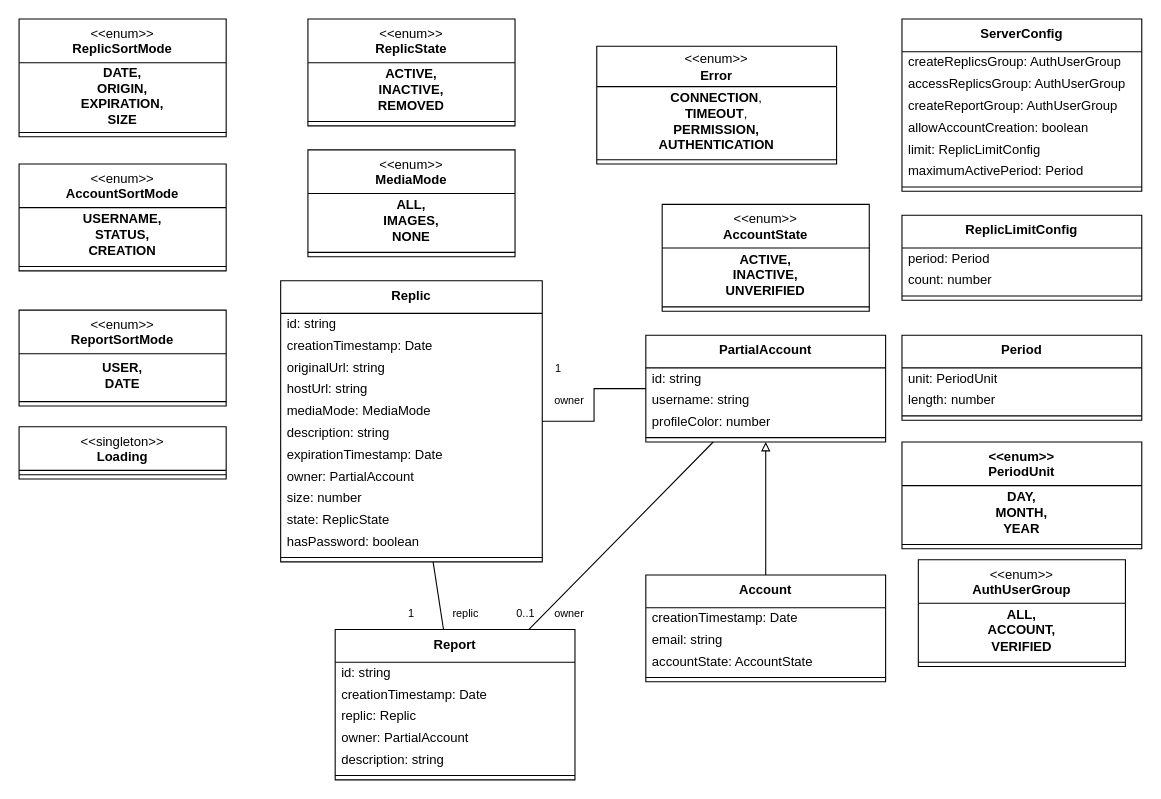
Before: content/drawio/class/client/common-domain-models.drawio in replic-read/design, a draw.io diagram. Source tidied: cells renumbered, new cells numbered last; positions are measured from the earlier drawing's top-left corner, leaving out a move shared by most shapes. Both pictures are drawn from the tidied source at 109%, with x=0, y=0 at pixel (19, 19).
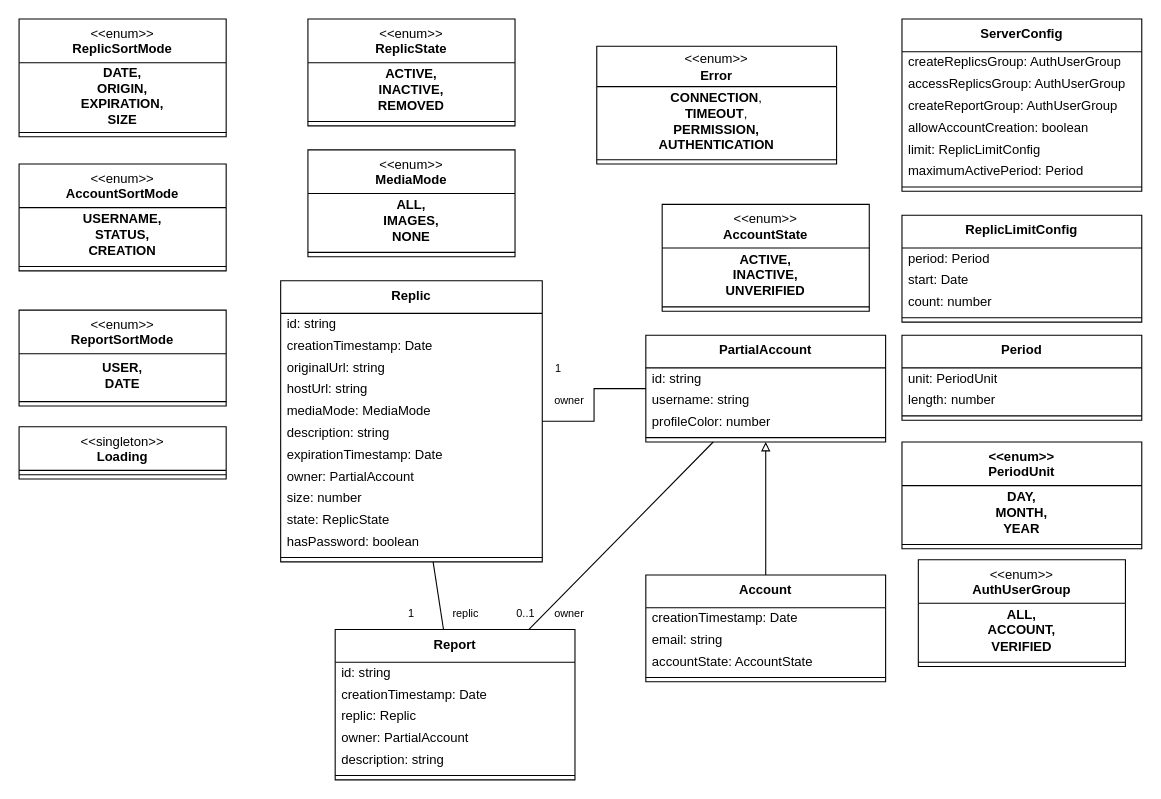
The same page after the edit.

Commit message (it also covers changes not shown here):
Added server-config field that describes start of current period

Change to the diagram source:
```diff
@@
     <mxCell id="29" value="&lt;b&gt;ReplicLimitConfig&lt;/b&gt;" style="swimlane;fontStyle=0;align=center;verticalAlign=top;horizontal=1;startSize=30;html=1;whiteSpace=wrap;" parent="1" vertex="1">
-      <mxGeometry x="810" y="180" width="220" height="78" as="geometry" />
+      <mxGeometry x="810" y="180" width="220" height="98" as="geometry" />
     </mxCell>
@@
+    <mxCell id="87" value="start: Date" style="text;html=1;strokeColor=none;fillColor=none;align=left;verticalAlign=middle;spacingLeft=4;spacingRight=4;overflow=hidden;whiteSpace=wrap;" parent="29" vertex="1">
+      <mxGeometry y="50" width="220" height="20" as="geometry" />
+    </mxCell>
     <mxCell id="31" value="count: number" style="text;html=1;strokeColor=none;fillColor=none;align=left;verticalAlign=middle;spacingLeft=4;spacingRight=4;overflow=hidden;whiteSpace=wrap;" parent="29" vertex="1">
-      <mxGeometry y="50" width="220" height="20" as="geometry" />
+      <mxGeometry y="70" width="220" height="20" as="geometry" />
     </mxCell>
     <mxCell id="32" style="line;strokeWidth=1;fillColor=none;align=left;verticalAlign=middle;spacingTop=-1;spacingLeft=3;spacingRight=3;labelPosition=right;" parent="29" vertex="1">
-      <mxGeometry y="70" width="220" height="8" as="geometry" />
+      <mxGeometry y="90" width="220" height="8" as="geometry" />
     </mxCell>
```
